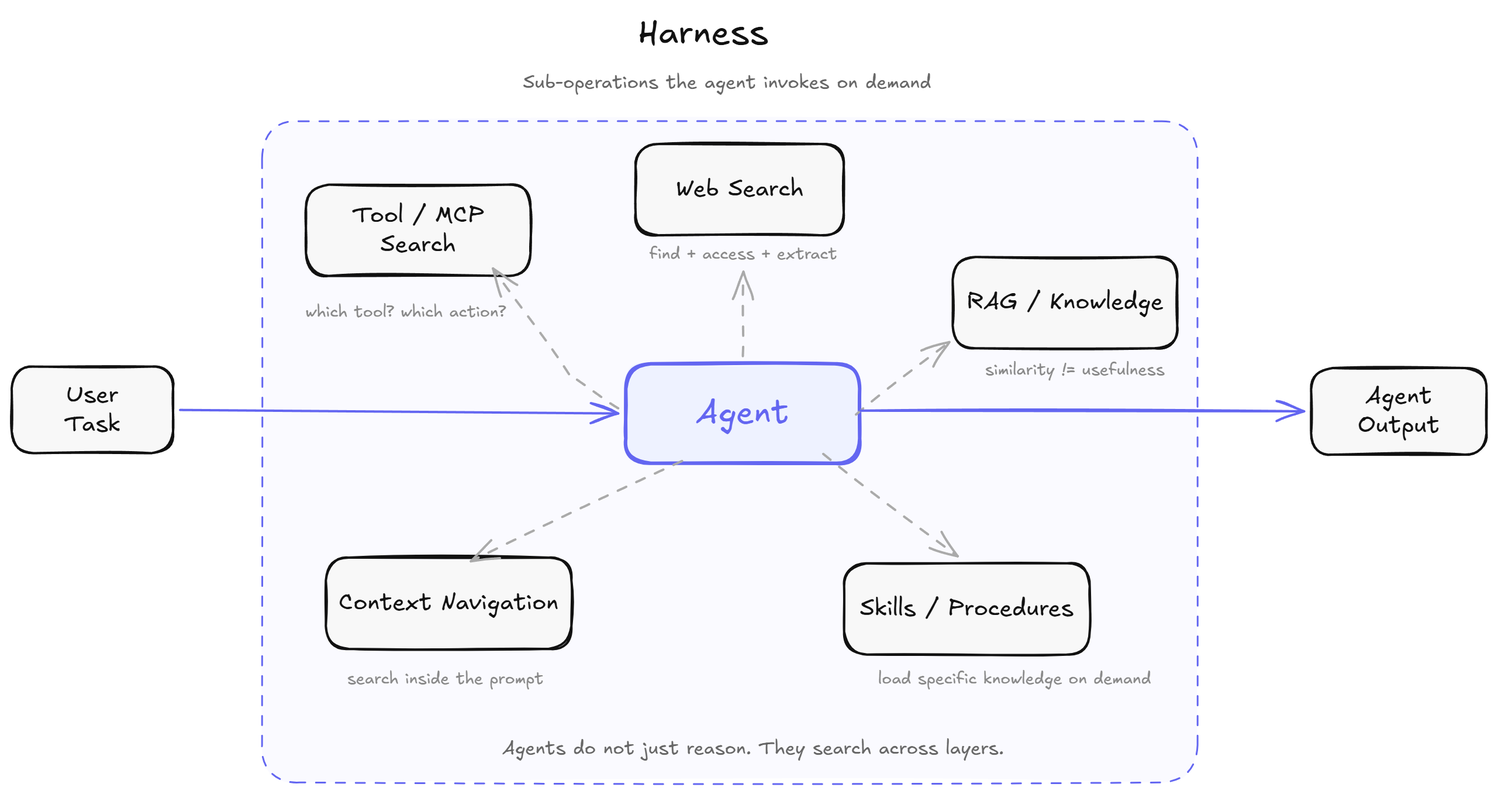
Before: static/blog_photos/agent-search-problem/harness.png, a diagram exported from Excalidraw (immortal3/immortal3.github.io). Source tidied: one line per element, renumbered; positions are measured from the earlier drawing's top-left corner, leaving out a move shared by most shapes.
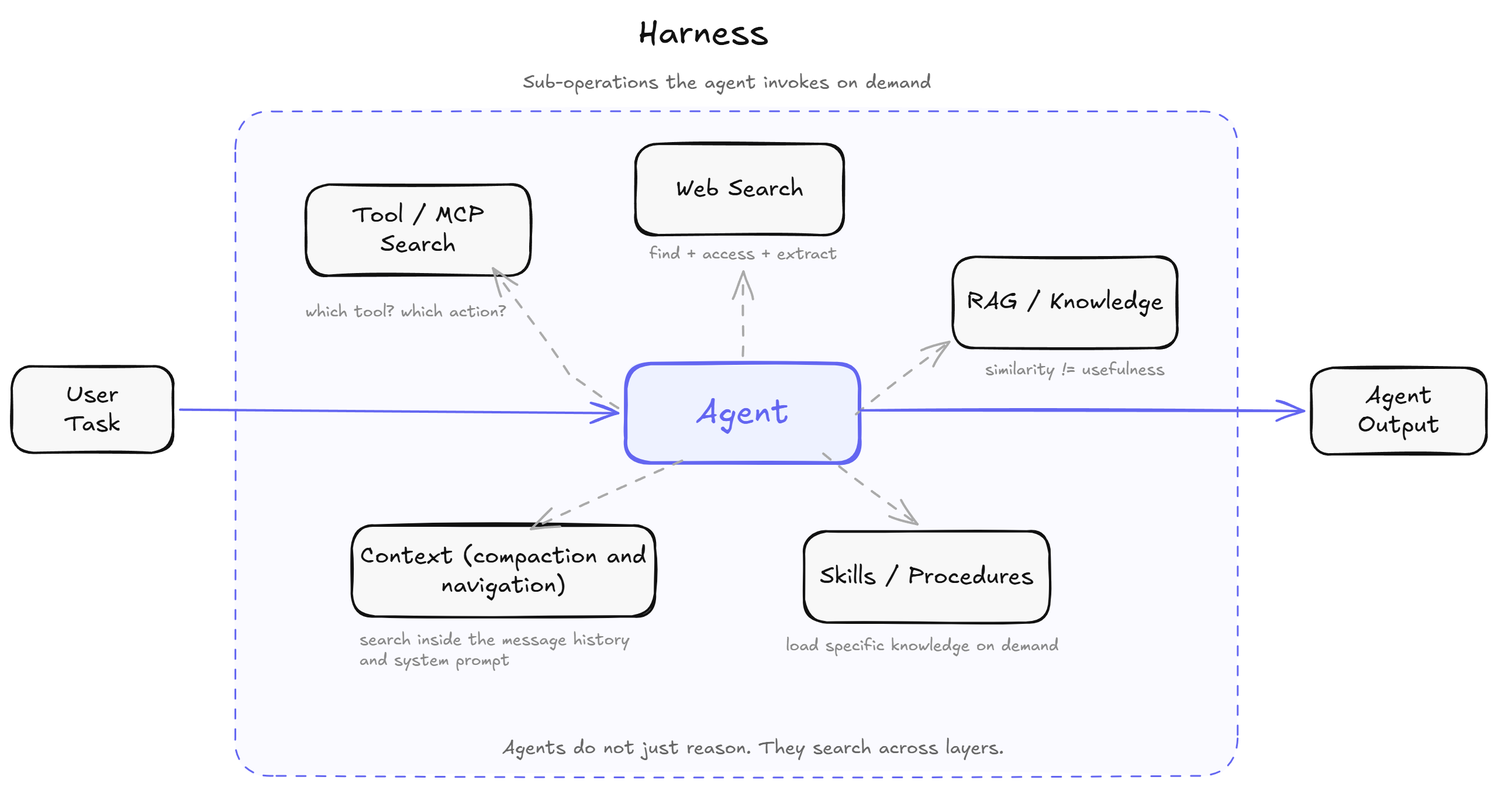
After the change.

Commit message:
draft v2 on agent search problem

Change to the diagram source:
```diff
@@ -1,18 +1,18 @@
 {"id": 0, "type": "text", "text": "Harness", "strokeColor": "#111", "strokeWidth": 2, "roughness": 1, "fontSize": 30, "fontFamily": 5, "x": 536, "y": 0, "width": 111, "height": 38}
-{"id": 1, "type": "rectangle", "strokeColor": "#6366f1", "backgroundColor": "#fafaff", "fillStyle": "solid", "strokeWidth": 1, "strokeStyle": "dashed", "roughness": 1, "round": true, "x": 214, "y": 94, "width": 800, "height": 565}
+{"id": 1, "type": "rectangle", "strokeColor": "#6366f1", "backgroundColor": "#fafaff", "fillStyle": "solid", "strokeWidth": 1, "strokeStyle": "dashed", "roughness": 1, "round": true, "x": 191, "y": 85, "width": 857, "height": 568}
 {"id": 2, "type": "rectangle", "strokeColor": "#6366f1", "backgroundColor": "#eef2ff", "fillStyle": "solid", "strokeWidth": 3, "roughness": 1, "round": true, "x": 525, "y": 301, "width": 200, "height": 85}
 {"id": 3, "type": "arrow", "strokeColor": "#aaa", "strokeWidth": 1.5, "strokeStyle": "dashed", "roughness": 1, "endArrowhead": "arrow", "from": 2, "to": 8, "x": 722, "y": 344, "width": 80, "height": 62, "points": [[0, 0], [80, -62]]}
-{"id": 4, "type": "arrow", "strokeColor": "#aaa", "strokeWidth": 1.5, "strokeStyle": "dashed", "roughness": 1, "endArrowhead": "arrow", "from": 2, "to": 10, "x": 694, "y": 378, "width": 115, "height": 87, "points": [[0, 0], [115, 87]]}
+{"id": 4, "type": "arrow", "strokeColor": "#aaa", "strokeWidth": 1.5, "strokeStyle": "dashed", "roughness": 1, "endArrowhead": "arrow", "from": 2, "to": 10, "x": 694, "y": 378, "width": 81, "height": 60, "points": [[0, 0], [81, 60]]}
 {"id": 5, "type": "rectangle", "strokeColor": "#111", "backgroundColor": "#f8f8f8", "fillStyle": "solid", "strokeWidth": 2, "roughness": 1, "round": true, "x": 534, "y": 113, "width": 178, "height": 78}
 {"id": 6, "type": "arrow", "strokeColor": "#aaa", "strokeWidth": 1.5, "strokeStyle": "dashed", "roughness": 1, "endArrowhead": "arrow", "from": 2, "to": 7, "x": 625, "y": 294, "width": 1, "height": 72, "points": [[0, 0], [1, -72]]}
 {"id": 7, "type": "text", "text": "find + access + extract", "strokeColor": "#888", "strokeWidth": 2, "roughness": 1, "fontSize": 14, "fontFamily": 5, "x": 546, "y": 199, "width": 161, "height": 18}
 {"id": 8, "type": "rectangle", "strokeColor": "#111", "backgroundColor": "#f8f8f8", "fillStyle": "solid", "strokeWidth": 2, "roughness": 1, "round": true, "x": 805, "y": 210, "width": 192, "height": 78}
 {"id": 9, "type": "text", "text": "similarity != usefulness", "strokeColor": "#888", "strokeWidth": 2, "roughness": 1, "fontSize": 14, "fontFamily": 5, "x": 832, "y": 298, "width": 154, "height": 18}
-{"id": 10, "type": "rectangle", "strokeColor": "#111", "backgroundColor": "#f8f8f8", "fillStyle": "solid", "strokeWidth": 2, "roughness": 1, "round": true, "x": 712, "y": 471, "width": 210, "height": 78}
+{"id": 10, "type": "rectangle", "strokeColor": "#111", "backgroundColor": "#f8f8f8", "fillStyle": "solid", "strokeWidth": 2, "roughness": 1, "round": true, "x": 678, "y": 444, "width": 210, "height": 78}
-{"id": 11, "type": "text", "text": "load specific knowledge on demand", "strokeColor": "#888", "strokeWidth": 2, "roughness": 1, "fontSize": 14, "fontFamily": 5, "x": 741, "y": 562, "width": 233, "height": 18}
+{"id": 11, "type": "text", "text": "load specific knowledge on demand", "strokeColor": "#888", "strokeWidth": 2, "roughness": 1, "fontSize": 14, "fontFamily": 5, "x": 662, "y": 534, "width": 233, "height": 18}
-{"id": 12, "type": "rectangle", "strokeColor": "#111", "backgroundColor": "#f8f8f8", "fillStyle": "solid", "strokeWidth": 2, "roughness": 1, "round": true, "x": 269, "y": 466, "width": 210, "height": 78}
+{"id": 12, "type": "rectangle", "strokeColor": "#111", "backgroundColor": "#f8f8f8", "fillStyle": "solid", "strokeWidth": 2, "roughness": 1, "round": true, "x": 291, "y": 439, "width": 259, "height": 78}
-{"id": 13, "type": "arrow", "strokeColor": "#aaa", "strokeWidth": 1.5, "strokeStyle": "dashed", "roughness": 1, "endArrowhead": "arrow", "from": 2, "to": 12, "x": 573, "y": 384, "width": 181, "height": 86, "points": [[0, 0], [-181, 86]]}
+{"id": 13, "type": "arrow", "strokeColor": "#aaa", "strokeWidth": 1.5, "strokeStyle": "dashed", "roughness": 1, "endArrowhead": "arrow", "from": 2, "to": 12, "x": 573, "y": 384, "width": 129, "height": 59, "points": [[0, 0], [-129, 59]]}
-{"id": 14, "type": "text", "text": "search inside the prompt", "strokeColor": "#888", "strokeWidth": 2, "roughness": 1, "fontSize": 14, "fontFamily": 5, "x": 287, "y": 562, "width": 168, "height": 18}
+{"id": 14, "type": "text", "text": "search inside the message history \nand system prompt", "strokeColor": "#888", "strokeWidth": 2, "roughness": 1, "fontSize": 14, "fontFamily": 5, "x": 297, "y": 529, "width": 237, "height": 35}
 {"id": 15, "type": "rectangle", "strokeColor": "#111", "backgroundColor": "#f8f8f8", "fillStyle": "solid", "strokeWidth": 2, "roughness": 1, "round": true, "x": 252, "y": 148, "width": 192, "height": 78}
 {"id": 16, "type": "arrow", "strokeColor": "#aaa", "strokeWidth": 1.5, "strokeStyle": "dashed", "roughness": 1, "endArrowhead": "arrow", "from": 2, "to": 15, "x": 519, "y": 339, "width": 107, "height": 119, "points": [[0, 0], [-42, -29], [-107, -119]]}
 {"id": 17, "type": "text", "text": "which tool? which action?", "strokeColor": "#888", "strokeWidth": 2, "roughness": 1, "fontSize": 14, "fontFamily": 5, "x": 251, "y": 248, "width": 172, "height": 18}
@@ -24,8 +24,8 @@
 {"id": 23, "type": "text", "text": "Agent", "strokeColor": "#6366f1", "strokeWidth": 2, "roughness": 1, "fontSize": 28, "fontFamily": 5, "textAlign": "center", "verticalAlign": "middle", "inside": 2, "x": 585, "y": 326, "width": 80, "height": 35}
 {"id": 24, "type": "text", "text": "Web Search", "strokeColor": "#111", "strokeWidth": 2, "roughness": 1, "fontSize": 20, "fontFamily": 5, "textAlign": "center", "verticalAlign": "middle", "inside": 5, "x": 568, "y": 140, "width": 109, "height": 25}
 {"id": 25, "type": "text", "text": "RAG / Knowledge", "strokeColor": "#111", "strokeWidth": 2, "roughness": 1, "fontSize": 20, "fontFamily": 5, "textAlign": "center", "verticalAlign": "middle", "inside": 8, "x": 817, "y": 236, "width": 168, "height": 25}
-{"id": 26, "type": "text", "text": "Skills / Procedures", "strokeColor": "#111", "strokeWidth": 2, "roughness": 1, "fontSize": 20, "fontFamily": 5, "textAlign": "center", "verticalAlign": "middle", "inside": 10, "x": 726, "y": 498, "width": 183, "height": 25}
+{"id": 26, "type": "text", "text": "Skills / Procedures", "strokeColor": "#111", "strokeWidth": 2, "roughness": 1, "fontSize": 20, "fontFamily": 5, "textAlign": "center", "verticalAlign": "middle", "inside": 10, "x": 691, "y": 471, "width": 183, "height": 25}
-{"id": 27, "type": "text", "text": "Context Navigation", "strokeColor": "#111", "strokeWidth": 2, "roughness": 1, "fontSize": 20, "fontFamily": 5, "textAlign": "center", "verticalAlign": "middle", "inside": 12, "x": 280, "y": 493, "width": 188, "height": 25}
+{"id": 27, "type": "text", "text": "Context (compaction and\nnavigation)", "strokeColor": "#111", "strokeWidth": 2, "roughness": 1, "fontSize": 20, "fontFamily": 5, "textAlign": "center", "verticalAlign": "middle", "inside": 12, "x": 298, "y": 453, "width": 245, "height": 50}
 {"id": 28, "type": "text", "text": "Tool / MCP\nSearch", "strokeColor": "#111", "strokeWidth": 2, "roughness": 1, "fontSize": 20, "fontFamily": 5, "textAlign": "center", "verticalAlign": "middle", "inside": 15, "x": 291, "y": 162, "width": 113, "height": 50}
 {"id": 29, "type": "text", "text": "User\nTask", "strokeColor": "#111", "strokeWidth": 2, "roughness": 1, "fontSize": 20, "fontFamily": 5, "textAlign": "center", "verticalAlign": "middle", "inside": 18, "x": 45, "y": 315, "width": 48, "height": 50}
 {"id": 30, "type": "text", "text": "Agent\nOutput", "strokeColor": "#111", "strokeWidth": 2, "roughness": 1, "fontSize": 20, "fontFamily": 5, "textAlign": "center", "verticalAlign": "middle", "inside": 20, "x": 1151, "y": 316, "width": 70, "height": 50}
```
